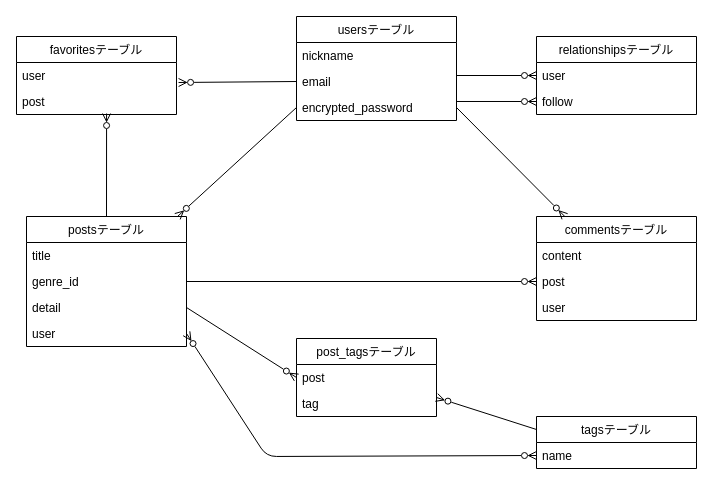
Earlier version of the draw.io diagram test.dio (rilleague/polishan). Source tidied: cells renumbered, new cells numbered last; positions are measured from the earlier drawing's top-left corner, leaving out a move shared by most shapes. Both pictures are drawn from the tidied source at 100%, with x=0, y=0 at pixel (16, 16).
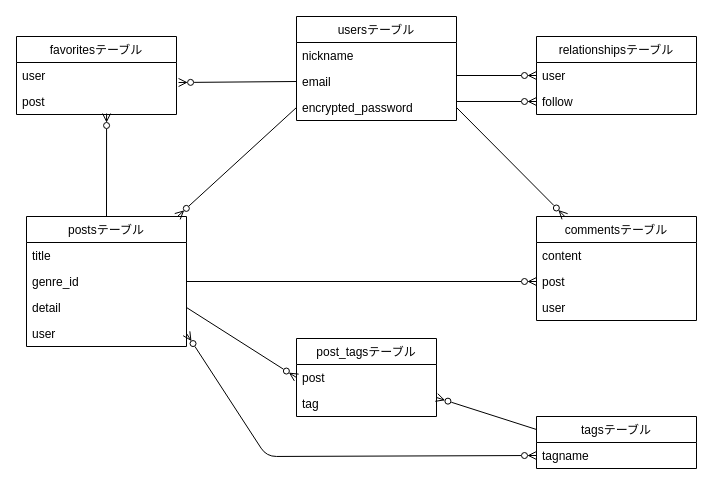
Above is the later version.

Unchanged cells that the change refers to:
```xml
<mxCell id="23" value="tagsテーブル" style="swimlane;fontStyle=0;horizontal=1;startSize=26;fillColor=none;" parent="1" vertex="1">
  <mxGeometry x="520" y="400" width="160" height="52" as="geometry" />
</mxCell>
```

The edit, as a diff of the source:
```diff
@@
-    <mxCell id="24" value="name" style="text;strokeColor=none;fillColor=none;align=left;verticalAlign=top;spacingLeft=4;spacingRight=4;overflow=hidden;points=[[0,0.5],[1,0.5]];portConstraint=eastwest;" parent="23" vertex="1">
+    <mxCell id="24" value="tagname" style="text;strokeColor=none;fillColor=none;align=left;verticalAlign=top;spacingLeft=4;spacingRight=4;overflow=hidden;points=[[0,0.5],[1,0.5]];portConstraint=eastwest;" parent="23" vertex="1">
       <mxGeometry y="26" width="160" height="26" as="geometry" />
     </mxCell>
```
